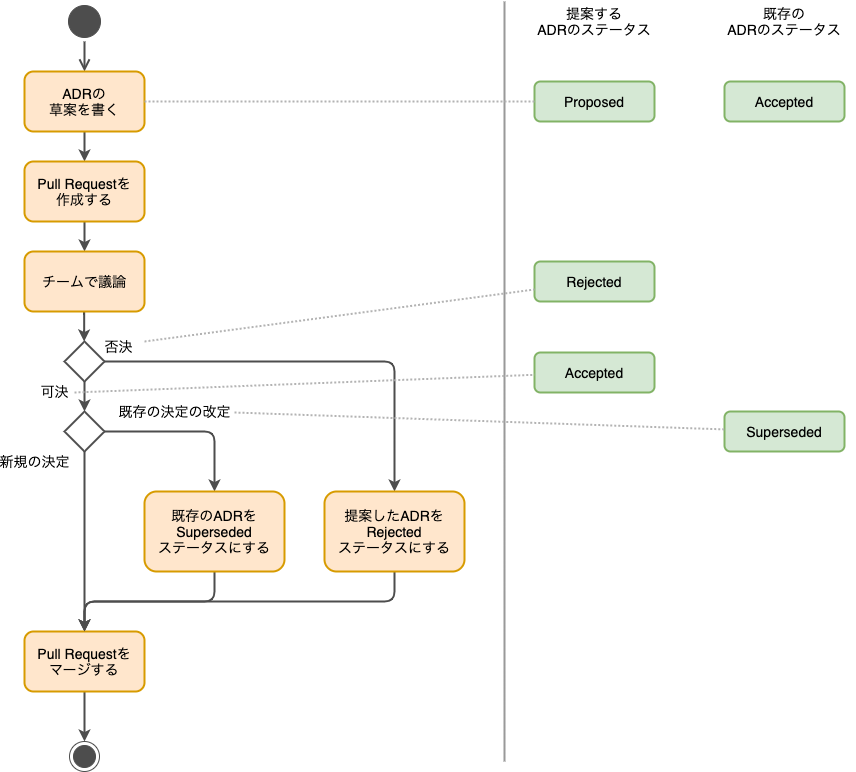
This is website/docs/react-native/santoku/decisions/decision-record-workflow.png from ws-4020/mobile-app-crib-notes, a draw.io export, as it was before one commit. Source tidied: cells renumbered, new cells last; positions are measured from the earlier drawing's top-left corner, leaving out a move shared by most shapes.
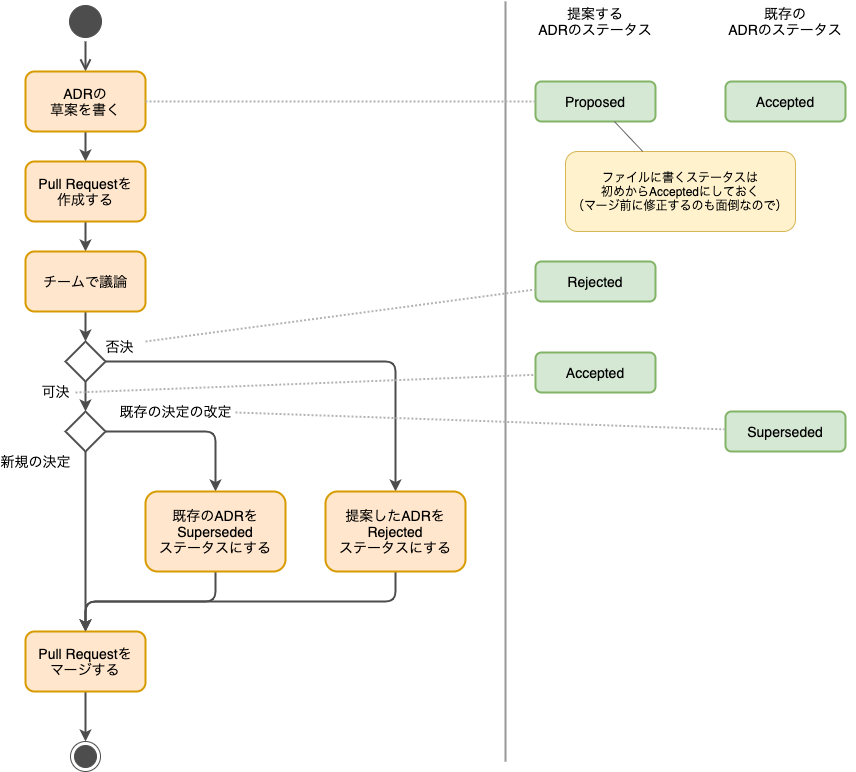
The same file after the commit.

Commit message:
✨: ファイル上は初めからAcceptedにしておくようにフロー図にコメントを追加

Change to the diagram source:
```diff
@@ -115,5 +115,11 @@
     <mxCell id="34" value="Accepted" style="rounded=1;whiteSpace=wrap;html=1;fontSize=14;strokeColor=#82b366;strokeWidth=2;fillColor=#d5e8d4;" parent="1" vertex="1">
       <mxGeometry x="700" y="80" width="120" height="40" as="geometry" />
     </mxCell>
+    <mxCell id="35" value="ファイルに書くステータスは&lt;br&gt;初めからAcceptedにしておく&lt;br&gt;（マージ前に修正するのも面倒なので）" style="rounded=1;whiteSpace=wrap;html=1;fillColor=#fff2cc;strokeColor=#d6b656;" parent="1" vertex="1">
+      <mxGeometry x="540" y="150" width="230" height="80" as="geometry" />
+    </mxCell>
+    <mxCell id="36" style="endArrow=none;html=1;strokeColor=#666666;" parent="1" edge="1" source="35" target="23">
+      <mxGeometry relative="1" as="geometry" />
+    </mxCell>
   </root>
 </mxGraphModel>
```
